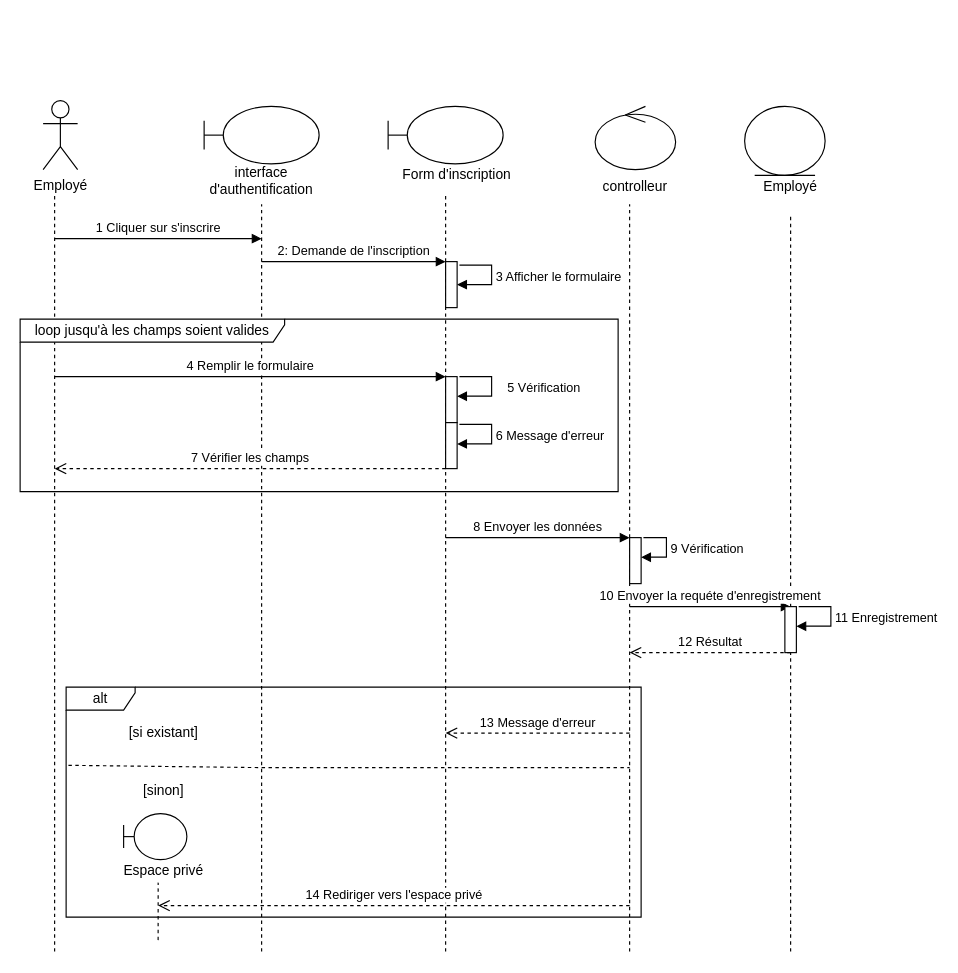
Above: Untitled Diagram.drawio in iheblatrech/form-inscription-react (draw.io), before the change. Source tidied: cells renumbered, new cells numbered last; positions are measured from the earlier drawing's top-left corner, leaving out a move shared by most shapes. Both pictures are drawn from the tidied source at 115%, with x=0, y=0 at pixel (20, 100).
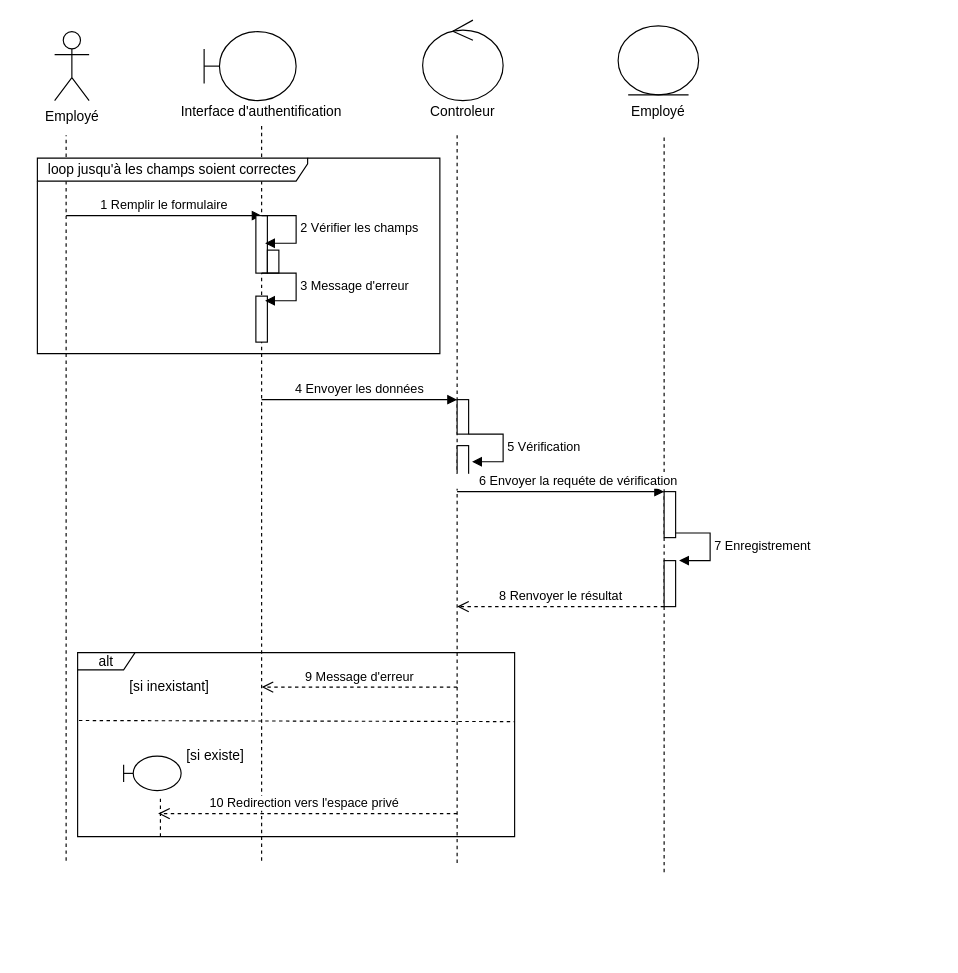
Above is the later version.

Commit message:
séquence-authentification

What changed in the source:
```diff
@@
     <mxCell id="2" value="Employé" style="shape=umlActor;verticalLabelPosition=bottom;verticalAlign=top;html=1;" parent="1" vertex="1">
-      <mxGeometry x="20" width="30" height="60" as="geometry" />
+      <mxGeometry x="30" y="-60" width="30" height="60" as="geometry" />
     </mxCell>
-    <mxCell id="3" style="shape=umlBoundary;whiteSpace=wrap;html=1;" parent="1" vertex="1">
-      <mxGeometry x="160" y="5" width="100" height="50" as="geometry" />
-    </mxCell>
-    <mxCell id="4" value="interface d'authentification" style="text;html=1;strokeColor=none;fillColor=none;align=center;verticalAlign=middle;whiteSpace=wrap;rounded=0;" parent="1" vertex="1">
-      <mxGeometry x="160" y="60" width="100" height="20" as="geometry" />
-    </mxCell>
-    <mxCell id="5" style="shape=umlBoundary;whiteSpace=wrap;html=1;" parent="1" vertex="1">
-      <mxGeometry x="320" y="5" width="100" height="50" as="geometry" />
-    </mxCell>
-    <mxCell id="6" value="Form d'inscription" style="text;html=1;strokeColor=none;fillColor=none;align=center;verticalAlign=middle;whiteSpace=wrap;rounded=0;" parent="1" vertex="1">
-      <mxGeometry x="330" y="55" width="100" height="20" as="geometry" />
-    </mxCell>
-    <mxCell id="7" style="ellipse;shape=umlControl;whiteSpace=wrap;html=1;" parent="1" vertex="1">
-      <mxGeometry x="500" y="5" width="70" height="55" as="geometry" />
-    </mxCell>
-    <mxCell id="8" style="ellipse;shape=umlEntity;whiteSpace=wrap;html=1;" parent="1" vertex="1">
-      <mxGeometry x="630" y="5" width="70" height="60" as="geometry" />
-    </mxCell>
-    <mxCell id="9" value="controlleur" style="text;html=1;strokeColor=none;fillColor=none;align=center;verticalAlign=middle;whiteSpace=wrap;rounded=0;" parent="1" vertex="1">
-      <mxGeometry x="515" y="65" width="40" height="20" as="geometry" />
-    </mxCell>
+    <mxCell id="43" style="shape=umlBoundary;whiteSpace=wrap;html=1;" parent="1" vertex="1">
+      <mxGeometry x="160" y="-60" width="80" height="60" as="geometry" />
+    </mxCell>
+    <mxCell id="44" style="ellipse;shape=umlEntity;whiteSpace=wrap;html=1;" parent="1" vertex="1">
+      <mxGeometry x="520" y="-65" width="70" height="60" as="geometry" />
+    </mxCell>
+    <mxCell id="45" style="ellipse;shape=umlControl;whiteSpace=wrap;html=1;" parent="1" vertex="1">
+      <mxGeometry x="350" y="-70" width="70" height="70" as="geometry" />
+    </mxCell>
+    <mxCell id="46" value="Interface d'authentification" style="text;html=1;strokeColor=none;fillColor=none;align=center;verticalAlign=middle;whiteSpace=wrap;rounded=0;" parent="1" vertex="1">
+      <mxGeometry x="130" width="160" height="20" as="geometry" />
+    </mxCell>
+    <mxCell id="47" value="Controleur" style="text;html=1;strokeColor=none;fillColor=none;align=center;verticalAlign=middle;whiteSpace=wrap;rounded=0;" parent="1" vertex="1">
+      <mxGeometry x="365" width="40" height="20" as="geometry" />
+    </mxCell>
     <mxCell id="10" value="Employé" style="text;html=1;strokeColor=none;fillColor=none;align=center;verticalAlign=middle;whiteSpace=wrap;rounded=0;" parent="1" vertex="1">
-      <mxGeometry x="650" y="65" width="40" height="20" as="geometry" />
+      <mxGeometry x="535" width="40" height="20" as="geometry" />
     </mxCell>
-    <mxCell id="11" style="endArrow=none;dashed=1;html=1;" parent="1" edge="1">
-      <mxGeometry relative="1" as="geometry">
-        <mxPoint x="30" y="740" as="sourcePoint" />
-        <mxPoint x="30" y="80" as="targetPoint" />
-      </mxGeometry>
-    </mxCell>
-    <mxCell id="12" style="endArrow=none;dashed=1;html=1;" parent="1" edge="1">
-      <mxGeometry relative="1" as="geometry">
-        <mxPoint x="210" y="740" as="sourcePoint" />
-        <mxPoint x="210" y="90" as="targetPoint" />
-      </mxGeometry>
-    </mxCell>
-    <mxCell id="13" style="endArrow=none;dashed=1;html=1;" parent="1" edge="1">
-      <mxGeometry relative="1" as="geometry">
-        <mxPoint x="370" y="740" as="sourcePoint" />
-        <mxPoint x="370" y="80" as="targetPoint" />
-      </mxGeometry>
-    </mxCell>
-    <mxCell id="14" style="endArrow=none;dashed=1;html=1;" parent="1" edge="1">
-      <mxGeometry relative="1" as="geometry">
-        <mxPoint x="530" y="740" as="sourcePoint" />
-        <mxPoint x="530" y="90" as="targetPoint" />
-      </mxGeometry>
-    </mxCell>
-    <mxCell id="15" style="endArrow=none;dashed=1;html=1;" parent="1" edge="1">
-      <mxGeometry relative="1" as="geometry">
-        <mxPoint x="670" y="740" as="sourcePoint" />
-        <mxPoint x="670" y="100" as="targetPoint" />
-      </mxGeometry>
-    </mxCell>
-    <mxCell id="16" value="1 Cliquer sur s'inscrire" style="html=1;verticalAlign=bottom;endArrow=block;" parent="1" edge="1">
-      <mxGeometry relative="1" as="geometry">
-        <mxPoint x="30" y="120" as="sourcePoint" />
-        <mxPoint x="210" y="120" as="targetPoint" />
-      </mxGeometry>
-    </mxCell>
-    <mxCell id="17" value="2: Demande de l'inscription" style="html=1;verticalAlign=bottom;endArrow=block;" parent="1" edge="1">
-      <mxGeometry relative="1" as="geometry">
-        <mxPoint x="210" y="140" as="sourcePoint" />
-        <mxPoint x="370" y="140" as="targetPoint" />
-      </mxGeometry>
-    </mxCell>
-    <mxCell id="18" style="html=1;points=[];perimeter=orthogonalPerimeter;" parent="1" vertex="1">
-      <mxGeometry x="370" y="140" width="10" height="40" as="geometry" />
-    </mxCell>
-    <mxCell id="19" value="3 Afficher le formulaire" style="edgeStyle=orthogonalEdgeStyle;html=1;align=left;spacingLeft=2;endArrow=block;rounded=0;entryX=1;entryY=0.5;entryDx=0;entryDy=0;entryPerimeter=0;exitX=1.2;exitY=0.075;exitDx=0;exitDy=0;exitPerimeter=0;" parent="1" edge="1" source="18" target="18">
-      <mxGeometry relative="1" as="geometry">
-        <Array as="points">
-          <mxPoint x="410" y="143" />
-          <mxPoint x="410" y="160" />
-        </Array>
-      </mxGeometry>
-    </mxCell>
-    <mxCell id="20" value="loop jusqu'à les champs soient valides" style="shape=umlFrame;whiteSpace=wrap;html=1;width=230;height=20;" parent="1" vertex="1">
-      <mxGeometry y="190" width="520" height="150" as="geometry" />
-    </mxCell>
-    <mxCell id="21" value="4 Remplir le formulaire" style="html=1;verticalAlign=bottom;endArrow=block;" parent="1" edge="1">
-      <mxGeometry relative="1" as="geometry">
-        <mxPoint x="30" y="240" as="sourcePoint" />
-        <mxPoint x="370" y="240" as="targetPoint" />
-      </mxGeometry>
-    </mxCell>
+    <mxCell id="48" style="edgeStyle=orthogonalEdgeStyle;rounded=0;orthogonalLoop=1;jettySize=auto;html=1;exitX=0.5;exitY=1;exitDx=0;exitDy=0;" parent="1" edge="1" source="47" target="47">
+      <mxGeometry relative="1" as="geometry" />
+    </mxCell>
+    <mxCell id="49" style="endArrow=none;dashed=1;html=1;" parent="1" edge="1">
+      <mxGeometry relative="1" as="geometry">
+        <mxPoint x="40" y="661" as="sourcePoint" />
+        <mxPoint x="40" y="30" as="targetPoint" />
+      </mxGeometry>
+    </mxCell>
+    <mxCell id="50" style="endArrow=none;dashed=1;html=1;entryX=0.5;entryY=1;entryDx=0;entryDy=0;" parent="1" edge="1" target="46">
+      <mxGeometry relative="1" as="geometry">
+        <mxPoint x="210" y="661" as="sourcePoint" />
+      </mxGeometry>
+    </mxCell>
+    <mxCell id="51" style="endArrow=none;dashed=1;html=1;" parent="1" edge="1">
+      <mxGeometry relative="1" as="geometry">
+        <mxPoint x="380" y="663" as="sourcePoint" />
+        <mxPoint x="380" y="30" as="targetPoint" />
+      </mxGeometry>
+    </mxCell>
+    <mxCell id="52" style="endArrow=none;dashed=1;html=1;" parent="1" edge="1">
+      <mxGeometry relative="1" as="geometry">
+        <mxPoint x="560" y="671" as="sourcePoint" />
+        <mxPoint x="560" y="30" as="targetPoint" />
+      </mxGeometry>
+    </mxCell>
+    <mxCell id="53" value="loop jusqu'à les champs soient correctes" style="shape=umlFrame;whiteSpace=wrap;html=1;width=235;height=20;" parent="1" vertex="1">
+      <mxGeometry x="15" y="50" width="350" height="170" as="geometry" />
+    </mxCell>
+    <mxCell id="54" value="1 Remplir le formulaire" style="html=1;verticalAlign=bottom;endArrow=block;" parent="1" edge="1">
+      <mxGeometry relative="1" as="geometry">
+        <mxPoint x="40" y="100" as="sourcePoint" />
+        <mxPoint x="210" y="100" as="targetPoint" />
+      </mxGeometry>
+    </mxCell>
+    <mxCell id="55" style="html=1;perimeter=orthogonalPerimeter;" parent="1" vertex="1">
+      <mxGeometry x="205" y="100" width="10" height="50" as="geometry" />
+    </mxCell>
+    <mxCell id="56" value="2 Vérifier les champs" style="edgeStyle=orthogonalEdgeStyle;html=1;align=left;spacingLeft=2;endArrow=block;rounded=0;entryX=1.3;entryY=0.6;entryDx=0;entryDy=0;entryPerimeter=0;" parent="1" edge="1">
+      <mxGeometry relative="1" as="geometry">
+        <mxPoint x="210" y="100" as="sourcePoint" />
+        <mxPoint x="213" y="124" as="targetPoint" />
+        <Array as="points">
+          <mxPoint x="240" y="100" />
+          <mxPoint x="240" y="124" />
+        </Array>
+      </mxGeometry>
+    </mxCell>
+    <mxCell id="57" style="html=1;perimeter=orthogonalPerimeter;" parent="1" vertex="1">
+      <mxGeometry x="215" y="130" width="10" height="20" as="geometry" />
+    </mxCell>
+    <mxCell id="58" style="html=1;perimeter=orthogonalPerimeter;" parent="1" vertex="1">
+      <mxGeometry x="205" y="170" width="10" height="40" as="geometry" />
+    </mxCell>
+    <mxCell id="59" value="3 Message d'erreur" style="edgeStyle=orthogonalEdgeStyle;html=1;align=left;spacingLeft=2;endArrow=block;rounded=0;entryX=1.3;entryY=0.6;entryDx=0;entryDy=0;entryPerimeter=0;" parent="1" edge="1">
+      <mxGeometry relative="1" as="geometry">
+        <mxPoint x="210" y="150" as="sourcePoint" />
+        <mxPoint x="213" y="174" as="targetPoint" />
+        <Array as="points">
+          <mxPoint x="240" y="150" />
+          <mxPoint x="240" y="174" />
+        </Array>
+      </mxGeometry>
+    </mxCell>
+    <mxCell id="60" value="4 Envoyer les données" style="html=1;verticalAlign=bottom;endArrow=block;" parent="1" edge="1">
+      <mxGeometry relative="1" as="geometry">
+        <mxPoint x="210" y="260" as="sourcePoint" />
+        <mxPoint x="380" y="260" as="targetPoint" />
+      </mxGeometry>
+    </mxCell>
+    <mxCell id="61" style="html=1;perimeter=orthogonalPerimeter;" parent="1" vertex="1">
+      <mxGeometry x="380" y="260" width="10" height="30" as="geometry" />
+    </mxCell>
+    <mxCell id="62" style="html=1;perimeter=orthogonalPerimeter;" parent="1" vertex="1">
+      <mxGeometry x="380" y="300" width="10" height="30" as="geometry" />
+    </mxCell>
-    <mxCell id="22" value="5 Vérification" style="edgeStyle=orthogonalEdgeStyle;html=1;align=left;spacingLeft=2;endArrow=block;rounded=0;entryX=1;entryY=0.5;entryDx=0;entryDy=0;entryPerimeter=0;exitX=1.2;exitY=0.075;exitDx=0;exitDy=0;exitPerimeter=0;" parent="1" edge="1">
-      <mxGeometry x="0.01" y="10" relative="1" as="geometry">
-        <mxPoint x="382" y="240" as="sourcePoint" />
-        <mxPoint x="380" y="257" as="targetPoint" />
+    <mxCell id="22" value="5 Vérification" style="edgeStyle=orthogonalEdgeStyle;html=1;align=left;spacingLeft=2;endArrow=block;rounded=0;" parent="1" edge="1">
+      <mxGeometry relative="1" as="geometry">
+        <mxPoint x="390" y="290" as="sourcePoint" />
+        <mxPoint x="393" y="314" as="targetPoint" />
         <Array as="points">
-          <mxPoint x="410" y="240" />
-          <mxPoint x="410" y="257" />
+          <mxPoint x="420" y="290" />
+          <mxPoint x="420" y="314" />
         </Array>
       </mxGeometry>
     </mxCell>
-    <mxCell id="23" style="html=1;perimeter=orthogonalPerimeter;" parent="1" vertex="1">
-      <mxGeometry x="370" y="240" width="10" height="40" as="geometry" />
-    </mxCell>
-    <mxCell id="24" style="html=1;perimeter=orthogonalPerimeter;" parent="1" vertex="1">
-      <mxGeometry x="370" y="280" width="10" height="40" as="geometry" />
-    </mxCell>
-    <mxCell id="25" value="6 Message d'erreur" style="edgeStyle=orthogonalEdgeStyle;html=1;align=left;spacingLeft=2;endArrow=block;rounded=0;entryX=1;entryY=0.5;entryDx=0;entryDy=0;entryPerimeter=0;exitX=1.2;exitY=0.075;exitDx=0;exitDy=0;exitPerimeter=0;" parent="1" edge="1">
-      <mxGeometry relative="1" as="geometry">
-        <mxPoint x="382" y="281.5" as="sourcePoint" />
-        <mxPoint x="380" y="298.5" as="targetPoint" />
-        <Array as="points">
-          <mxPoint x="410" y="281.5" />
-          <mxPoint x="410" y="298.5" />
-        </Array>
-      </mxGeometry>
-    </mxCell>
-    <mxCell id="26" value="7 Vérifier les champs" style="html=1;verticalAlign=bottom;endArrow=open;dashed=1;endSize=8;" parent="1" edge="1">
-      <mxGeometry relative="1" as="geometry">
-        <mxPoint x="370" y="320" as="sourcePoint" />
-        <mxPoint x="30" y="320" as="targetPoint" />
-      </mxGeometry>
-    </mxCell>
-    <mxCell id="27" value="8 Envoyer les données" style="html=1;verticalAlign=bottom;endArrow=block;" parent="1" edge="1">
-      <mxGeometry relative="1" as="geometry">
-        <mxPoint x="370" y="380" as="sourcePoint" />
-        <mxPoint x="530" y="380" as="targetPoint" />
-      </mxGeometry>
-    </mxCell>
-    <mxCell id="28" style="html=1;perimeter=orthogonalPerimeter;" parent="1" vertex="1">
-      <mxGeometry x="530" y="380" width="10" height="40" as="geometry" />
-    </mxCell>
-    <mxCell id="29" value="9 Vérification" style="edgeStyle=orthogonalEdgeStyle;html=1;align=left;spacingLeft=2;endArrow=block;rounded=0;entryX=1;entryY=0.5;entryDx=0;entryDy=0;entryPerimeter=0;exitX=1.2;exitY=0.075;exitDx=0;exitDy=0;exitPerimeter=0;" parent="1" edge="1">
-      <mxGeometry relative="1" as="geometry">
-        <mxPoint x="542" y="380" as="sourcePoint" />
-        <mxPoint x="540" y="397" as="targetPoint" />
-        <Array as="points">
-          <mxPoint x="562" y="380" />
-          <mxPoint x="562" y="397" />
-        </Array>
-      </mxGeometry>
-    </mxCell>
-    <mxCell id="30" value="10 Envoyer la requéte d'enregistrement" style="html=1;verticalAlign=bottom;endArrow=block;" parent="1" edge="1">
-      <mxGeometry relative="1" as="geometry">
-        <mxPoint x="530" y="440" as="sourcePoint" />
-        <mxPoint x="670" y="440" as="targetPoint" />
-      </mxGeometry>
-    </mxCell>
-    <mxCell id="31" style="html=1;perimeter=orthogonalPerimeter;" parent="1" vertex="1">
-      <mxGeometry x="665" y="440" width="10" height="40" as="geometry" />
-    </mxCell>
-    <mxCell id="32" value="11 Enregistrement" style="edgeStyle=orthogonalEdgeStyle;html=1;align=left;spacingLeft=2;endArrow=block;rounded=0;entryX=1;entryY=0.5;entryDx=0;entryDy=0;entryPerimeter=0;exitX=1.2;exitY=0.075;exitDx=0;exitDy=0;exitPerimeter=0;" parent="1" edge="1">
-      <mxGeometry relative="1" as="geometry">
-        <mxPoint x="677" y="440" as="sourcePoint" />
-        <mxPoint x="675" y="457" as="targetPoint" />
-        <Array as="points">
-          <mxPoint x="705" y="440" />
-          <mxPoint x="705" y="457" />
-        </Array>
-      </mxGeometry>
-    </mxCell>
-    <mxCell id="33" value="12 Résultat" style="html=1;verticalAlign=bottom;endArrow=open;dashed=1;endSize=8;" parent="1" edge="1">
-      <mxGeometry relative="1" as="geometry">
-        <mxPoint x="670" y="480" as="sourcePoint" />
-        <mxPoint x="530" y="480" as="targetPoint" />
-      </mxGeometry>
-    </mxCell>
+    <mxCell id="63" value="&amp;nbsp; &amp;nbsp; &amp;nbsp; &amp;nbsp; &amp;nbsp; 6 Envoyer la requéte de vérification" style="html=1;verticalAlign=bottom;endArrow=block;" parent="1" edge="1">
+      <mxGeometry relative="1" as="geometry">
+        <mxPoint x="380" y="340" as="sourcePoint" />
+        <mxPoint x="560" y="340" as="targetPoint" />
+      </mxGeometry>
+    </mxCell>
+    <mxCell id="64" style="html=1;perimeter=orthogonalPerimeter;" parent="1" vertex="1">
+      <mxGeometry x="560" y="340" width="10" height="40" as="geometry" />
+    </mxCell>
+    <mxCell id="65" style="html=1;perimeter=orthogonalPerimeter;" parent="1" vertex="1">
+      <mxGeometry x="560" y="400" width="10" height="40" as="geometry" />
+    </mxCell>
+    <mxCell id="66" value="7 Enregistrement" style="edgeStyle=orthogonalEdgeStyle;html=1;align=left;spacingLeft=2;endArrow=block;rounded=0;entryX=1.3;entryY=0.6;entryDx=0;entryDy=0;entryPerimeter=0;" parent="1" edge="1">
+      <mxGeometry relative="1" as="geometry">
+        <mxPoint x="570" y="376" as="sourcePoint" />
+        <mxPoint x="573" y="400" as="targetPoint" />
+        <Array as="points">
+          <mxPoint x="600" y="376" />
+          <mxPoint x="600" y="400" />
+        </Array>
+      </mxGeometry>
+    </mxCell>
+    <mxCell id="67" value="8 Renvoyer le résultat" style="html=1;verticalAlign=bottom;endArrow=open;dashed=1;endSize=8;" parent="1" edge="1">
+      <mxGeometry relative="1" as="geometry">
+        <mxPoint x="560" y="440" as="sourcePoint" />
+        <mxPoint x="380" y="440" as="targetPoint" />
+      </mxGeometry>
+    </mxCell>
-    <mxCell id="34" value="alt" style="shape=umlFrame;whiteSpace=wrap;html=1;width=60;height=20;" parent="1" vertex="1">
-      <mxGeometry x="40" y="510" width="500" height="200" as="geometry" />
+    <mxCell id="34" value="alt" style="shape=umlFrame;whiteSpace=wrap;html=1;width=50;height=15;" parent="1" vertex="1">
+      <mxGeometry x="50" y="480" width="380" height="160" as="geometry" />
     </mxCell>
-    <mxCell id="35" value="13 Message d'erreur" style="html=1;verticalAlign=bottom;endArrow=open;dashed=1;endSize=8;" parent="1" edge="1">
-      <mxGeometry relative="1" as="geometry">
-        <mxPoint x="530" y="550" as="sourcePoint" />
-        <mxPoint x="370" y="550" as="targetPoint" />
-      </mxGeometry>
-    </mxCell>
-    <mxCell id="36" value="[si existant]" style="text;html=1;strokeColor=none;fillColor=none;align=center;verticalAlign=middle;whiteSpace=wrap;rounded=0;" parent="1" vertex="1">
-      <mxGeometry x="90" y="540" width="70" height="20" as="geometry" />
-    </mxCell>
-    <mxCell id="37" style="endArrow=none;dashed=1;html=1;exitX=0.004;exitY=0.34;exitDx=0;exitDy=0;exitPerimeter=0;" parent="1" edge="1" source="34">
-      <mxGeometry relative="1" as="geometry">
-        <mxPoint x="530" y="580" as="targetPoint" />
-        <Array as="points">
-          <mxPoint x="210" y="580" />
-        </Array>
-      </mxGeometry>
-    </mxCell>
-    <mxCell id="38" value="[sinon]" style="text;html=1;strokeColor=none;fillColor=none;align=center;verticalAlign=middle;whiteSpace=wrap;rounded=0;" parent="1" vertex="1">
-      <mxGeometry x="90" y="590" width="70" height="20" as="geometry" />
-    </mxCell>
-    <mxCell id="39" style="shape=umlBoundary;whiteSpace=wrap;html=1;" parent="1" vertex="1">
-      <mxGeometry x="90" y="620" width="55" height="40" as="geometry" />
-    </mxCell>
-    <mxCell id="40" value="Espace privé" style="text;html=1;strokeColor=none;fillColor=none;align=center;verticalAlign=middle;whiteSpace=wrap;rounded=0;" parent="1" vertex="1">
-      <mxGeometry x="85" y="660" width="80" height="20" as="geometry" />
-    </mxCell>
-    <mxCell id="41" style="endArrow=none;dashed=1;html=1;entryX=0.438;entryY=1;entryDx=0;entryDy=0;entryPerimeter=0;" parent="1" edge="1" target="40">
-      <mxGeometry relative="1" as="geometry">
-        <mxPoint x="120" y="730" as="sourcePoint" />
-      </mxGeometry>
-    </mxCell>
-    <mxCell id="42" value="14 Rediriger vers l'espace privé" style="html=1;verticalAlign=bottom;endArrow=open;dashed=1;endSize=8;" parent="1" edge="1">
-      <mxGeometry relative="1" as="geometry">
-        <mxPoint x="530" y="700" as="sourcePoint" />
-        <mxPoint x="120" y="700" as="targetPoint" />
-      </mxGeometry>
-    </mxCell>
+    <mxCell id="68" value="9 Message d'erreur" style="html=1;verticalAlign=bottom;endArrow=open;dashed=1;endSize=8;" parent="1" edge="1">
+      <mxGeometry relative="1" as="geometry">
+        <mxPoint x="380" y="510" as="sourcePoint" />
+        <mxPoint x="210" y="510" as="targetPoint" />
+      </mxGeometry>
+    </mxCell>
+    <mxCell id="69" value="[si inexistant]" style="text;html=1;strokeColor=none;fillColor=none;align=center;verticalAlign=middle;whiteSpace=wrap;rounded=0;" parent="1" vertex="1">
+      <mxGeometry x="90" y="500" width="80" height="20" as="geometry" />
+    </mxCell>
+    <mxCell id="70" style="endArrow=none;dashed=1;html=1;exitX=0.003;exitY=0.369;exitDx=0;exitDy=0;exitPerimeter=0;" parent="1" edge="1" source="34">
+      <mxGeometry relative="1" as="geometry">
+        <mxPoint x="430" y="540" as="targetPoint" />
+      </mxGeometry>
+    </mxCell>
+    <mxCell id="71" style="shape=umlBoundary;whiteSpace=wrap;html=1;" parent="1" vertex="1">
+      <mxGeometry x="90" y="570" width="50" height="30" as="geometry" />
+    </mxCell>
+    <mxCell id="72" style="endArrow=none;dashed=1;html=1;entryX=0.64;entryY=1.167;entryDx=0;entryDy=0;entryPerimeter=0;" parent="1" edge="1" target="71">
+      <mxGeometry relative="1" as="geometry">
+        <mxPoint x="122" y="640" as="sourcePoint" />
+      </mxGeometry>
+    </mxCell>
+    <mxCell id="73" value="[si existe]" style="text;html=1;strokeColor=none;fillColor=none;align=center;verticalAlign=middle;whiteSpace=wrap;rounded=0;" parent="1" vertex="1">
+      <mxGeometry x="140" y="560" width="60" height="20" as="geometry" />
+    </mxCell>
+    <mxCell id="74" value="10 Redirection vers l'espace privé&amp;nbsp;&amp;nbsp;" style="html=1;verticalAlign=bottom;endArrow=open;dashed=1;endSize=8;" parent="1" edge="1">
+      <mxGeometry relative="1" as="geometry">
+        <mxPoint x="380" y="620" as="sourcePoint" />
+        <mxPoint x="120" y="620" as="targetPoint" />
+      </mxGeometry>
+    </mxCell>
```
